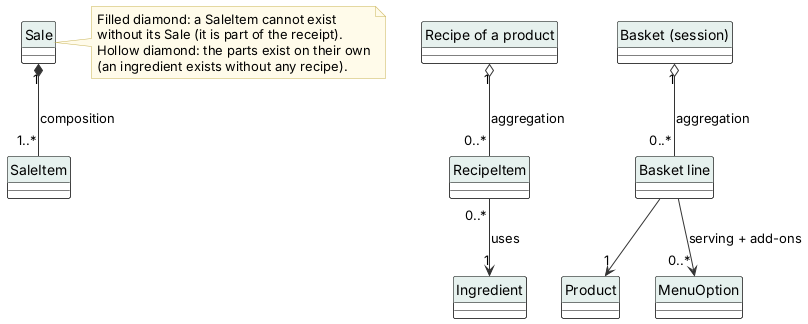
JmlAsync/inventory-pos-system keeps this PlantUML diagram as diagrams/uml/21_aggregation.png. Above is the earlier version.
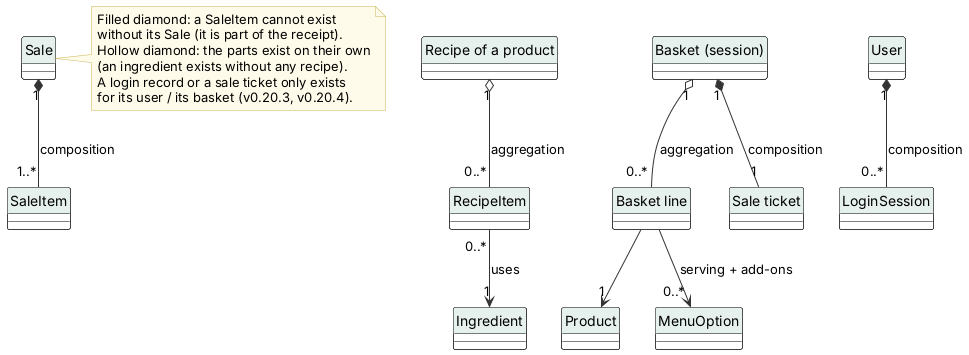
Later version of the same file.

Diff of the diagram source:
```diff
@@ -52,10 +52,17 @@
 Line --> "1" Product
 class MenuOption
 Line --> "0..*" MenuOption : serving + add-ons
+class "Sale ticket" as Ticket
+Basket "1" *-- "1" Ticket : composition
+class User
+class LoginSession
+User "1" *-- "0..*" LoginSession : composition
 note right of Sale
   Filled diamond: a SaleItem cannot exist
   without its Sale (it is part of the receipt).
   Hollow diamond: the parts exist on their own
   (an ingredient exists without any recipe).
+  A login record or a sale ticket only exists
+  for its user / its basket (v0.20.3, v0.20.4).
 end note
 @enduml
```
